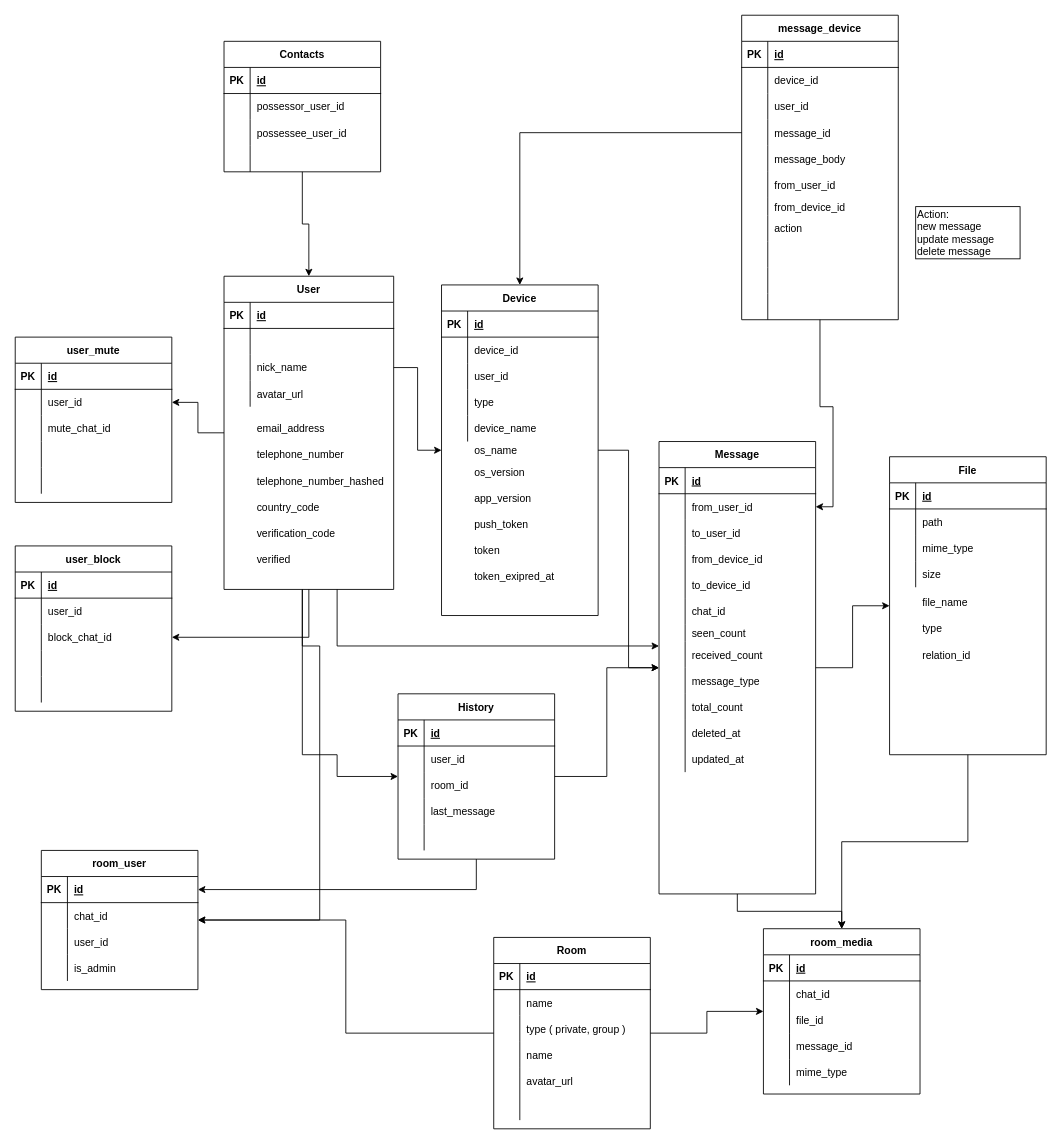
Before: documents/database.drawio in cloverstudio/Spika3, a draw.io diagram. Source tidied: cells renumbered, new cells numbered last; positions are measured from the earlier drawing's top-left corner, leaving out a move shared by most shapes. Both pictures are drawn from the tidied source at 87%, with x=0, y=0 at pixel (15, 15).
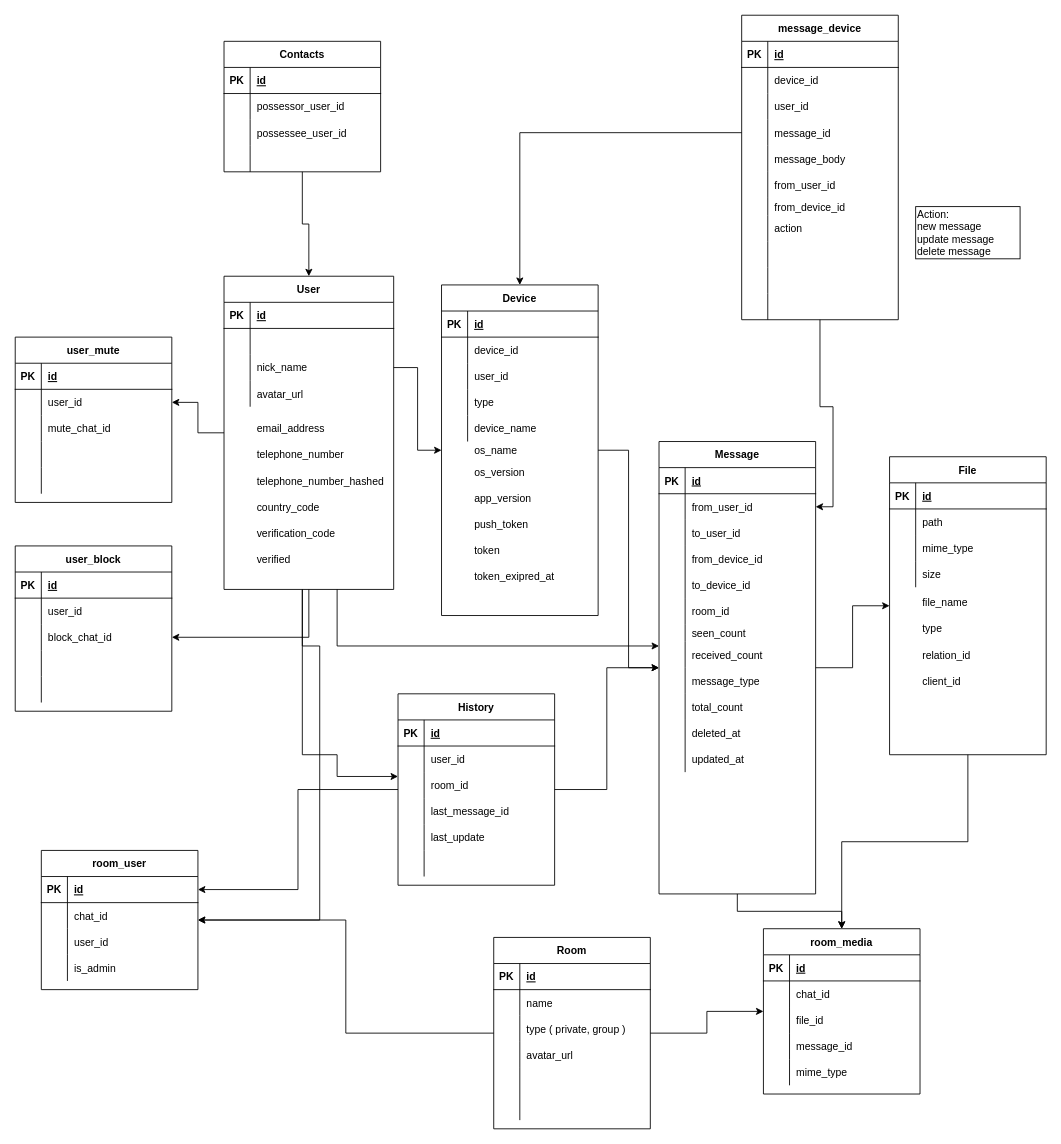
Above is the later version.

The change refers to these unchanged cells:
```xml
<mxCell id="55" style="shape=partialRectangle;fillColor=none;top=0;left=0;bottom=0;right=0;" parent="39" vertex="1">
  <mxGeometry y="180" width="180" height="30" as="geometry" />
</mxCell>
<mxCell id="120" style="shape=partialRectangle;fillColor=none;top=0;left=0;bottom=0;right=0;" parent="110" vertex="1">
  <mxGeometry y="120" width="180" height="30" as="geometry" />
</mxCell>
<mxCell id="123" style="shape=partialRectangle;fillColor=none;top=0;left=0;bottom=0;right=0;" parent="110" vertex="1">
  <mxGeometry y="150" width="180" height="30" as="geometry" />
</mxCell>
```

What changed in the source:
```diff
@@
-    <mxCell id="57" value="chat_id" style="shape=partialRectangle;fillColor=none;top=0;left=0;bottom=0;right=0;align=left;spacingLeft=6;overflow=hidden;" parent="55" vertex="1">
+    <mxCell id="57" value="room_id" style="shape=partialRectangle;fillColor=none;top=0;left=0;bottom=0;right=0;align=left;spacingLeft=6;overflow=hidden;" parent="55" vertex="1">
       <mxGeometry x="30" width="150" height="30" as="geometry" />
     </mxCell>
@@
     <mxCell id="78" value="History" style="shape=table;startSize=30;childLayout=tableLayout;rowLines=0;fontStyle=1;align=center;" parent="1" vertex="1">
-      <mxGeometry x="440" y="780" width="180" height="190" as="geometry" />
+      <mxGeometry x="440" y="780" width="180" height="220" as="geometry" />
     </mxCell>
@@
+    <mxCell id="257" style="shape=partialRectangle;fillColor=none;top=0;left=0;bottom=0;right=0;" parent="78" vertex="1">
+      <mxGeometry y="120" width="180" height="30" as="geometry" />
+    </mxCell>
+    <mxCell id="258" style="shape=partialRectangle;fillColor=none;top=0;left=0;bottom=0;right=0;overflow=hidden;" parent="257" vertex="1">
+      <mxGeometry width="30" height="30" as="geometry" />
+    </mxCell>
+    <mxCell id="259" value="last_message_id" style="shape=partialRectangle;fillColor=none;top=0;left=0;bottom=0;right=0;align=left;spacingLeft=6;overflow=hidden;" parent="257" vertex="1">
+      <mxGeometry x="30" width="150" height="30" as="geometry" />
+    </mxCell>
     <mxCell id="88" style="shape=partialRectangle;fillColor=none;top=0;left=0;bottom=0;right=0;" parent="78" vertex="1">
-      <mxGeometry y="120" width="180" height="30" as="geometry" />
+      <mxGeometry y="150" width="180" height="30" as="geometry" />
     </mxCell>
@@
-    <mxCell id="90" value="last_message" style="shape=partialRectangle;fillColor=none;top=0;left=0;bottom=0;right=0;align=left;spacingLeft=6;overflow=hidden;" parent="88" vertex="1">
+    <mxCell id="90" value="last_update" style="shape=partialRectangle;fillColor=none;top=0;left=0;bottom=0;right=0;align=left;spacingLeft=6;overflow=hidden;" parent="88" vertex="1">
       <mxGeometry x="30" width="150" height="30" as="geometry" />
     </mxCell>
     <mxCell id="91" style="shape=partialRectangle;fillColor=none;top=0;left=0;bottom=0;right=0;" parent="78" vertex="1">
-      <mxGeometry y="150" width="180" height="30" as="geometry" />
+      <mxGeometry y="180" width="180" height="30" as="geometry" />
     </mxCell>
@@
-    <mxCell id="122" value="name" style="shape=partialRectangle;fillColor=none;top=0;left=0;bottom=0;right=0;align=left;spacingLeft=6;overflow=hidden;" parent="120" vertex="1">
+    <mxCell id="122" value="avatar_url" style="shape=partialRectangle;fillColor=none;top=0;left=0;bottom=0;right=0;align=left;spacingLeft=6;overflow=hidden;" parent="120" vertex="1">
       <mxGeometry x="30" width="150" height="30" as="geometry" />
     </mxCell>
@@
-    <mxCell id="125" value="avatar_url" style="shape=partialRectangle;fillColor=none;top=0;left=0;bottom=0;right=0;align=left;spacingLeft=6;overflow=hidden;" parent="123" vertex="1">
+    <mxCell id="125" style="shape=partialRectangle;fillColor=none;top=0;left=0;bottom=0;right=0;align=left;spacingLeft=6;overflow=hidden;" parent="123" vertex="1">
       <mxGeometry x="30" width="150" height="30" as="geometry" />
     </mxCell>
@@
+    <mxCell id="260" value="client_id" style="shape=partialRectangle;fillColor=none;top=0;left=0;bottom=0;right=0;align=left;spacingLeft=6;overflow=hidden;" parent="1" vertex="1">
+      <mxGeometry x="1035" y="750" width="150" height="30" as="geometry" />
+    </mxCell>
```
